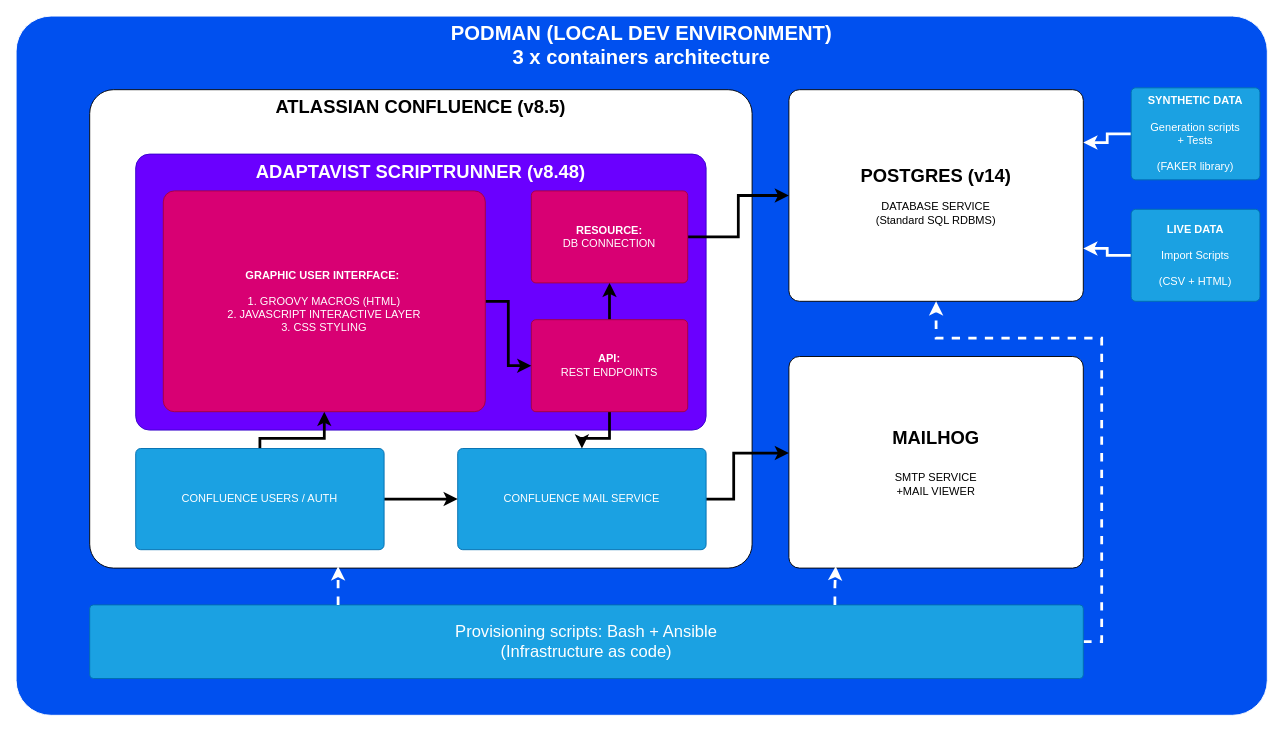
lucaschallamel/UMIG keeps this draw.io diagram as page "High level architecture" (1 of 3) of Docs/Architecture Diagrams.drawio. Above is the earlier version. Source tidied: cells renumbered, new cells numbered last; positions are measured from the earlier drawing's top-left corner, leaving out a move shared by most shapes. Both pictures are drawn from the tidied source at 92%, with x=0, y=0 at pixel (16, 16).
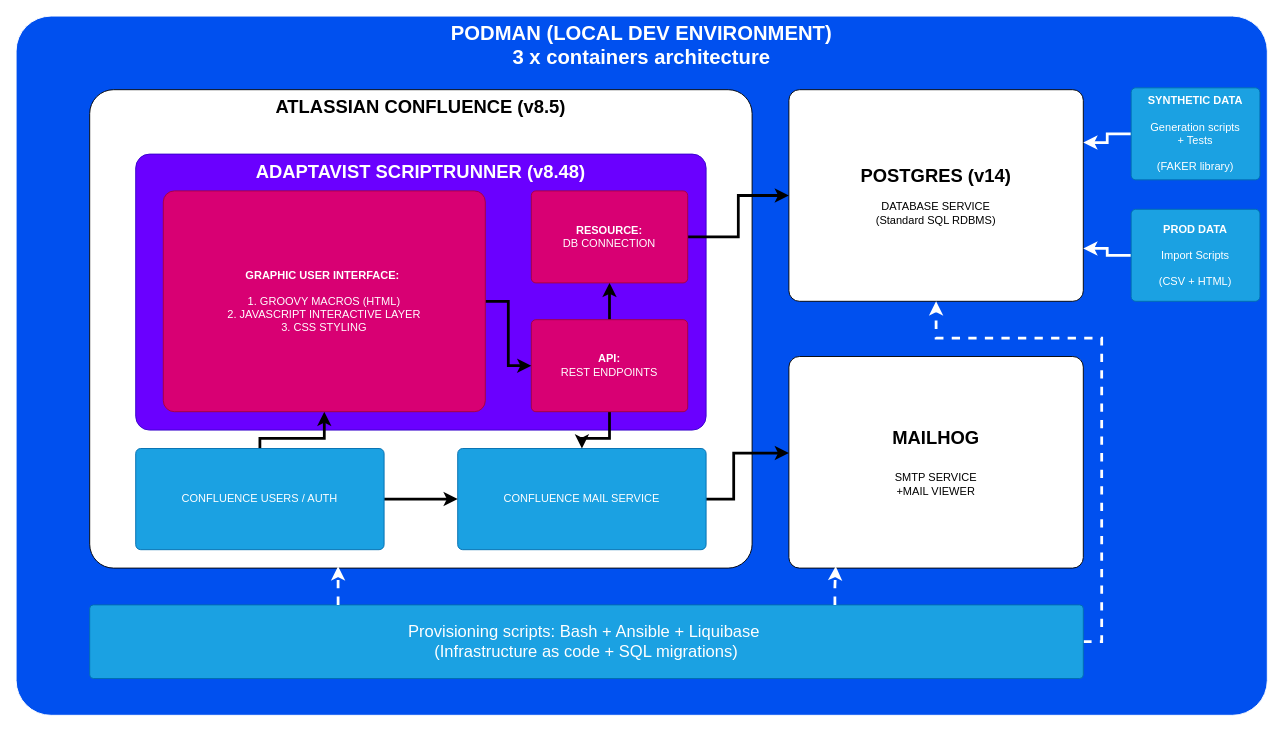
After the change.

Diff of the diagram source:
```diff
@@
-    <mxCell id="20" value="Provisioning scripts: Bash + Ansible&lt;br&gt;(Infrastructure as code)" style="rounded=1;whiteSpace=wrap;html=1;verticalAlign=middle;arcSize=5;fillColor=#1ba1e2;fontColor=#ffffff;strokeColor=#006EAF;fontSize=18;" parent="1" vertex="1">
+    <mxCell id="20" value="Provisioning scripts: Bash + Ansible + Liquibase&amp;nbsp;&lt;br&gt;(Infrastructure as code + SQL migrations)" style="rounded=1;whiteSpace=wrap;html=1;verticalAlign=middle;arcSize=5;fillColor=#1ba1e2;fontColor=#ffffff;strokeColor=#006EAF;fontSize=18;" parent="1" vertex="1">
       <mxGeometry x="80" y="640" width="1080" height="80" as="geometry" />
     </mxCell>
@@
-    <mxCell id="26" value="&lt;b&gt;LIVE DATA&lt;/b&gt;&lt;br&gt;&lt;br&gt;Import Scripts&lt;br&gt;&lt;br&gt;(CSV + HTML)" style="rounded=1;whiteSpace=wrap;html=1;verticalAlign=middle;arcSize=5;fillColor=#1ba1e2;fontColor=#ffffff;strokeColor=#006EAF;" parent="1" vertex="1">
+    <mxCell id="26" value="&lt;b&gt;PROD DATA&lt;/b&gt;&lt;br&gt;&lt;br&gt;Import Scripts&lt;br&gt;&lt;br&gt;(CSV + HTML)" style="rounded=1;whiteSpace=wrap;html=1;verticalAlign=middle;arcSize=5;fillColor=#1ba1e2;fontColor=#ffffff;strokeColor=#006EAF;" parent="1" vertex="1">
       <mxGeometry x="1212" y="210" width="140" height="100" as="geometry" />
     </mxCell>
```
